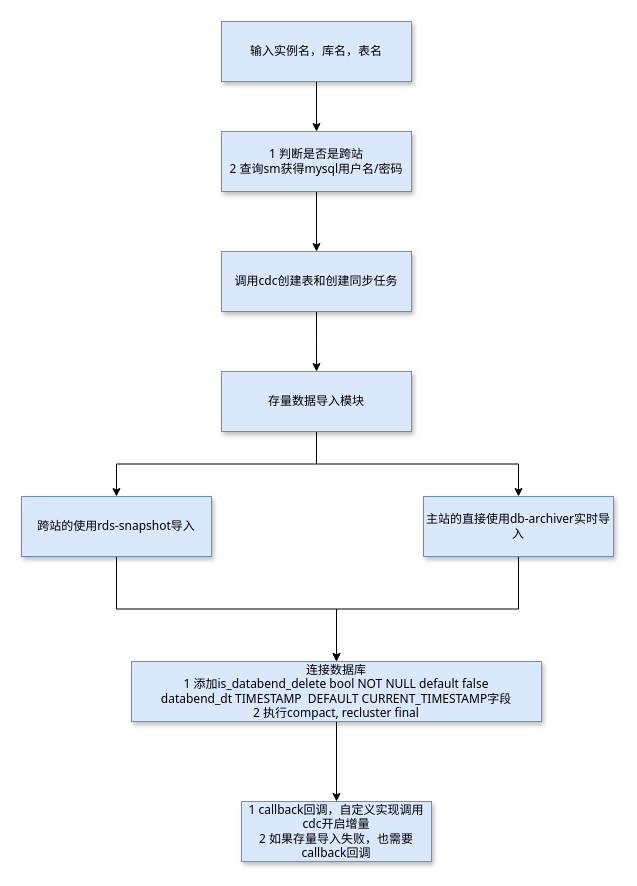
jackjoesh/databend keeps this draw.io diagram as doc/databend自动化数据导入流程.drawio. Above is the earlier version. Source tidied: cells renumbered, new cells numbered last; positions are measured from the earlier drawing's top-left corner, leaving out a move shared by most shapes. Both pictures are drawn from the tidied source at 100%, with x=0, y=0 at pixel (21, 21).
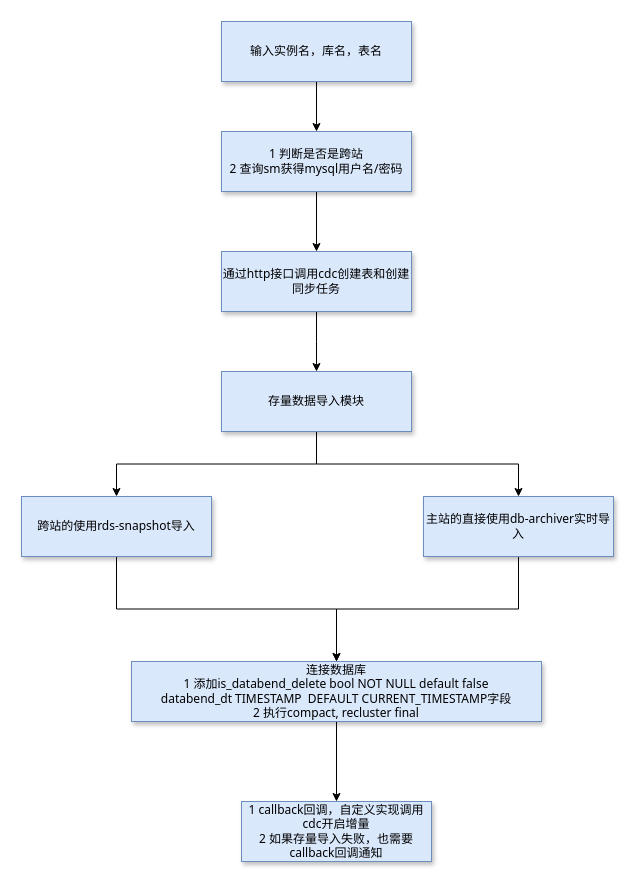
The same diagram, later.

Commit message (it also covers changes not shown here):
更新databend自动化数据导入流程.drawio

Diff of the diagram source:
```diff
@@
 <mxGraphModel>
   <root>
     <mxCell id="0" />
     <mxCell id="1" parent="0" />
     <mxCell id="2" style="edgeStyle=orthogonalEdgeStyle;rounded=0;jettySize=auto;html=1;exitX=0.5;exitY=1;exitDx=0;exitDy=0;entryX=0.5;entryY=0;entryDx=0;entryDy=0;" parent="1" edge="1" source="3" target="5">
       <mxGeometry relative="1" as="geometry" />
     </mxCell>
     <mxCell id="3" value="输入实例名，库名，表名" style="rounded=0;whiteSpace=wrap;html=1;fillColor=#dae8fc;strokeColor=#6c8ebf;shadow=1;fontFamily=Tahoma;" parent="1" vertex="1">
       <mxGeometry x="200" width="190" height="60" as="geometry" />
     </mxCell>
     <mxCell id="4" style="edgeStyle=orthogonalEdgeStyle;rounded=0;jettySize=auto;html=1;exitX=0.5;exitY=1;exitDx=0;exitDy=0;" parent="1" edge="1" source="5" target="9">
       <mxGeometry relative="1" as="geometry" />
     </mxCell>
     <mxCell id="5" value="1 判断是否是跨站&lt;br&gt;2 查询sm获得mysql用户名/密码" style="rounded=0;whiteSpace=wrap;html=1;fillColor=#dae8fc;strokeColor=#6c8ebf;shadow=1;fontFamily=Tahoma;" parent="1" vertex="1">
       <mxGeometry x="200" y="110" width="190" height="60" as="geometry" />
     </mxCell>
     <mxCell id="6" style="edgeStyle=orthogonalEdgeStyle;rounded=0;jettySize=auto;html=1;exitX=0.5;exitY=1;exitDx=0;exitDy=0;entryX=0.5;entryY=0;entryDx=0;entryDy=0;" parent="1" edge="1" source="7" target="16">
       <mxGeometry relative="1" as="geometry" />
     </mxCell>
     <mxCell id="7" value="跨站的使用rds-snapshot导入" style="rounded=0;whiteSpace=wrap;html=1;fillColor=#dae8fc;strokeColor=#6c8ebf;shadow=1;fontFamily=Tahoma;" parent="1" vertex="1">
       <mxGeometry y="475" width="190" height="60" as="geometry" />
     </mxCell>
     <mxCell id="8" style="edgeStyle=orthogonalEdgeStyle;rounded=0;jettySize=auto;html=1;exitX=0.5;exitY=1;exitDx=0;exitDy=0;" parent="1" edge="1" source="9">
       <mxGeometry relative="1" as="geometry">
         <mxPoint x="295" y="350" as="targetPoint" />
       </mxGeometry>
     </mxCell>
-    <mxCell id="9" value="调用cdc创建表和创建同步任务" style="rounded=0;whiteSpace=wrap;html=1;fillColor=#dae8fc;strokeColor=#6c8ebf;shadow=1;fontFamily=Tahoma;" parent="1" vertex="1">
+    <mxCell id="9" value="通过http接口调用cdc创建表和创建同步任务" style="rounded=0;whiteSpace=wrap;html=1;fillColor=#dae8fc;strokeColor=#6c8ebf;shadow=1;fontFamily=Tahoma;" parent="1" vertex="1">
       <mxGeometry x="200" y="230" width="190" height="60" as="geometry" />
     </mxCell>
     <mxCell id="10" style="edgeStyle=orthogonalEdgeStyle;rounded=0;jettySize=auto;html=1;exitX=0.5;exitY=1;exitDx=0;exitDy=0;entryX=0.5;entryY=0;entryDx=0;entryDy=0;" parent="1" edge="1" source="11" target="16">
       <mxGeometry relative="1" as="geometry" />
     </mxCell>
     <mxCell id="11" value="主站的直接使用db-archiver实时导入" style="rounded=0;whiteSpace=wrap;html=1;fillColor=#dae8fc;strokeColor=#6c8ebf;shadow=1;fontFamily=Tahoma;" parent="1" vertex="1">
       <mxGeometry x="402" y="475" width="190" height="60" as="geometry" />
     </mxCell>
     <mxCell id="12" style="edgeStyle=orthogonalEdgeStyle;rounded=0;jettySize=auto;html=1;exitX=0.5;exitY=1;exitDx=0;exitDy=0;entryX=0.5;entryY=0;entryDx=0;entryDy=0;" parent="1" edge="1" source="14" target="7">
       <mxGeometry relative="1" as="geometry" />
     </mxCell>
     <mxCell id="13" style="edgeStyle=orthogonalEdgeStyle;rounded=0;jettySize=auto;html=1;exitX=0.5;exitY=1;exitDx=0;exitDy=0;" parent="1" edge="1" source="14" target="11">
       <mxGeometry relative="1" as="geometry" />
     </mxCell>
     <mxCell id="14" value="存量数据导入模块" style="rounded=0;whiteSpace=wrap;html=1;fillColor=#dae8fc;strokeColor=#6c8ebf;shadow=1;fontFamily=Tahoma;" parent="1" vertex="1">
       <mxGeometry x="200" y="350" width="190" height="60" as="geometry" />
     </mxCell>
     <mxCell id="15" style="edgeStyle=orthogonalEdgeStyle;rounded=0;jettySize=auto;html=1;exitX=0.5;exitY=1;exitDx=0;exitDy=0;" parent="1" edge="1" source="16" target="17">
       <mxGeometry relative="1" as="geometry" />
     </mxCell>
     <mxCell id="16" value="连接数据库&lt;br&gt;1 添加&lt;span style=&quot;background-color: transparent;&quot;&gt;is_databend_delete bool NOT NULL default false&lt;/span&gt;&lt;div&gt;databend_dt TIMESTAMP&amp;nbsp; DEFAULT CURRENT_TIMESTAMP字段&lt;br&gt;2 执行compact, recluster final&lt;/div&gt;" style="rounded=0;whiteSpace=wrap;html=1;fillColor=#dae8fc;strokeColor=#6c8ebf;shadow=1;fontFamily=Tahoma;" parent="1" vertex="1">
       <mxGeometry x="110" y="640" width="410" height="60" as="geometry" />
     </mxCell>
-    <mxCell id="17" value="1 callback回调，自定义实现调用cdc开启增量&lt;div&gt;2 如果存量导入失败，也需要&lt;span style=&quot;background-color: transparent; color: light-dark(rgb(0, 0, 0), rgb(255, 255, 255));&quot;&gt;callback回调&lt;/span&gt;&lt;/div&gt;" style="rounded=0;whiteSpace=wrap;html=1;fillColor=#dae8fc;strokeColor=#6c8ebf;shadow=1;fontFamily=Tahoma;" parent="1" vertex="1">
+    <mxCell id="17" value="1 callback回调，自定义实现调用cdc开启增量&lt;div&gt;2 如果存量导入失败，也需要&lt;span style=&quot;background-color: transparent; color: light-dark(rgb(0, 0, 0), rgb(255, 255, 255));&quot;&gt;callback回调通知&lt;/span&gt;&lt;/div&gt;" style="rounded=0;whiteSpace=wrap;html=1;fillColor=#dae8fc;strokeColor=#6c8ebf;shadow=1;fontFamily=Tahoma;" parent="1" vertex="1">
       <mxGeometry x="220" y="780" width="190" height="60" as="geometry" />
     </mxCell>
   </root>
 </mxGraphModel>
```
